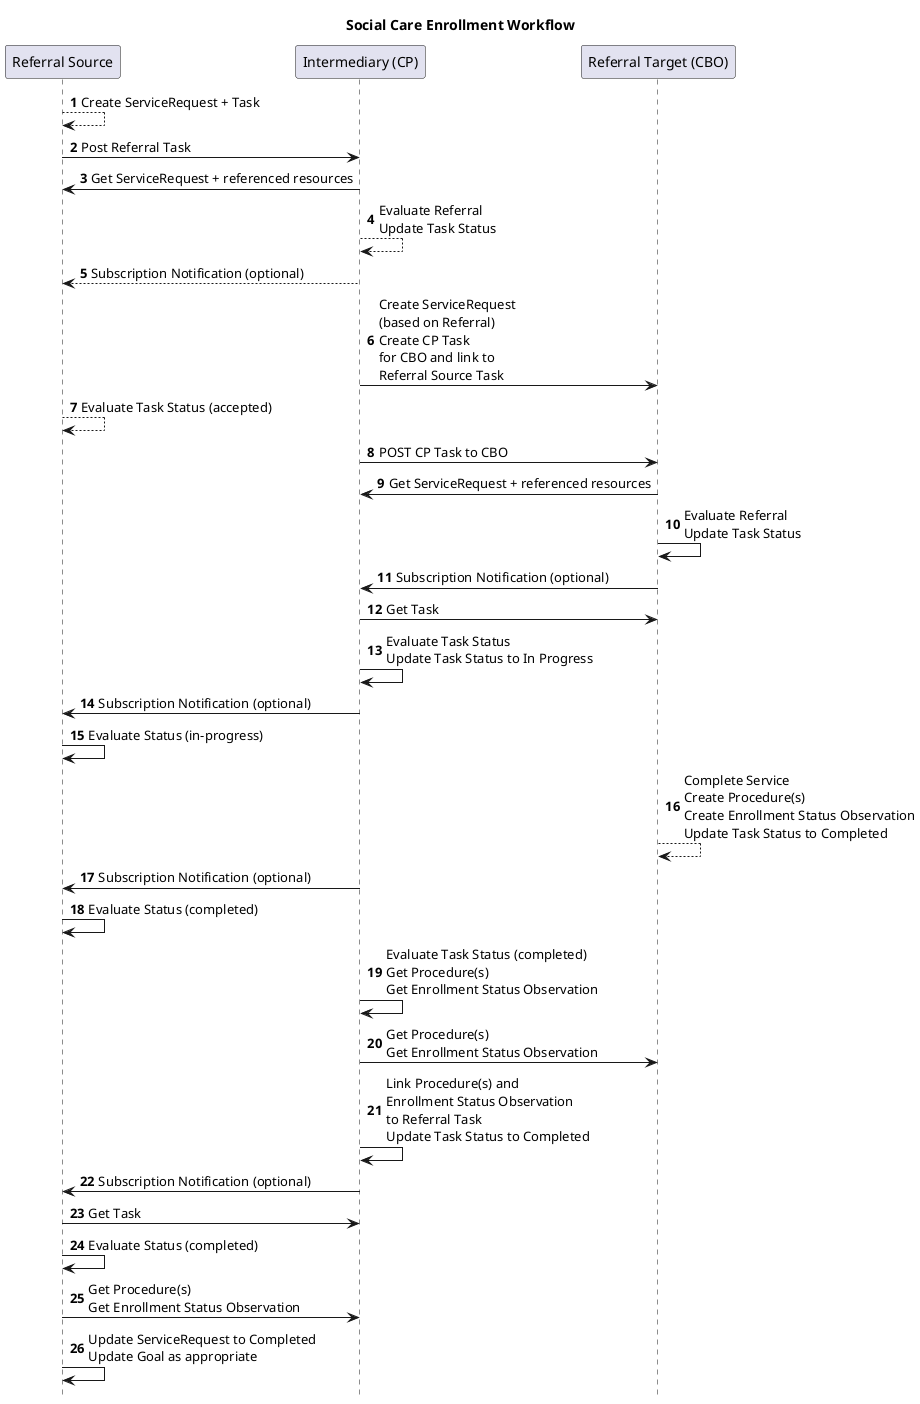
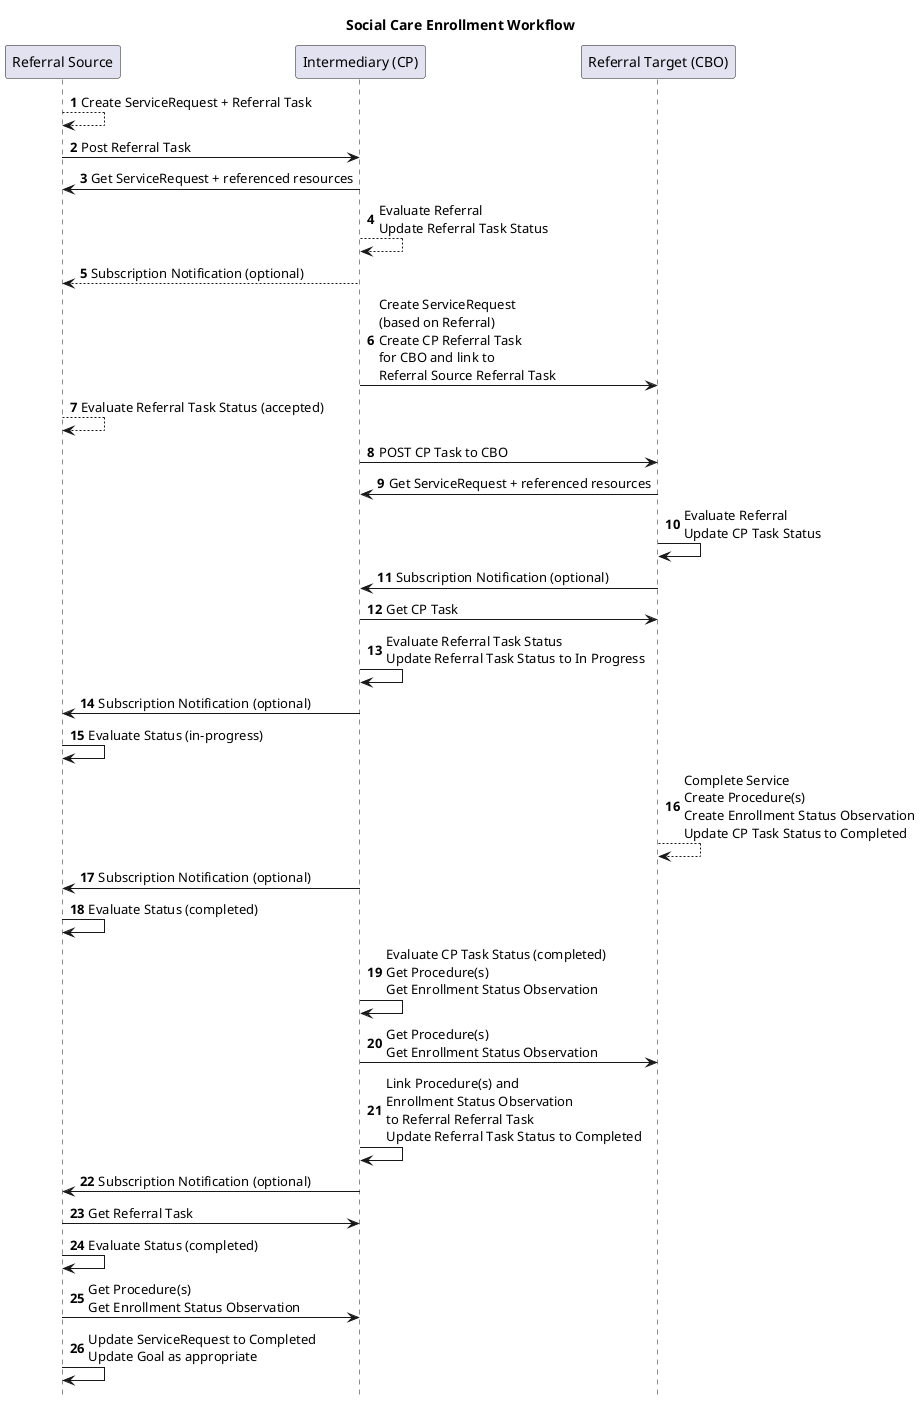
@startuml
/'!theme bluegray'/
title Social Care Enrollment Workflow

participant "Referral Source" as A
participant "Intermediary (CP)" as B
participant "Referral Target (CBO)" as C

autonumber
- A --> A : Create ServiceRequest + Task
+ A --> A : Create ServiceRequest + Referral Task
A -> B : Post Referral Task

B -> A : Get ServiceRequest + referenced resources
- B --> B : Evaluate Referral\nUpdate Task Status
+ B --> B : Evaluate Referral\nUpdate Referral Task Status
B --> A : Subscription Notification (optional)

- B -> C : Create ServiceRequest\n(based on Referral)\nCreate CP Task\nfor CBO and link to\nReferral Source Task
- A --> A : Evaluate Task Status (accepted)
+ B -> C : Create ServiceRequest\n(based on Referral)\nCreate CP Referral Task\nfor CBO and link to\nReferral Source Referral Task
+ A --> A : Evaluate Referral Task Status (accepted)
B -> C : POST CP Task to CBO

C -> B : Get ServiceRequest + referenced resources
- C -> C : Evaluate Referral\nUpdate Task Status
+ C -> C : Evaluate Referral\nUpdate CP Task Status

C -> B : Subscription Notification (optional)
- B -> C : Get Task
+ B -> C : Get CP Task

- B -> B : Evaluate Task Status\nUpdate Task Status to In Progress
+ B -> B : Evaluate Referral Task Status\nUpdate Referral Task Status to In Progress
B -> A : Subscription Notification (optional)
A -> A : Evaluate Status (in-progress)

- C --> C : Complete Service\nCreate Procedure(s)\nCreate Enrollment Status Observation\nUpdate Task Status to Completed
+ C --> C : Complete Service\nCreate Procedure(s)\nCreate Enrollment Status Observation\nUpdate CP Task Status to Completed
B -> A : Subscription Notification (optional)
A -> A : Evaluate Status (completed)

- B -> B : Evaluate Task Status (completed)\nGet Procedure(s)\nGet Enrollment Status Observation
+ B -> B : Evaluate CP Task Status (completed)\nGet Procedure(s)\nGet Enrollment Status Observation
B -> C : Get Procedure(s)\nGet Enrollment Status Observation

- B -> B : Link Procedure(s) and\nEnrollment Status Observation\nto Referral Task\nUpdate Task Status to Completed
+ B -> B : Link Procedure(s) and\nEnrollment Status Observation\nto Referral Referral Task\nUpdate Referral Task Status to Completed
B -> A : Subscription Notification (optional)
- A -> B : Get Task
+ A -> B : Get Referral Task

A -> A : Evaluate Status (completed)
A -> B : Get Procedure(s)\nGet Enrollment Status Observation

A -> A : Update ServiceRequest to Completed\nUpdate Goal as appropriate
hide footbox
@enduml